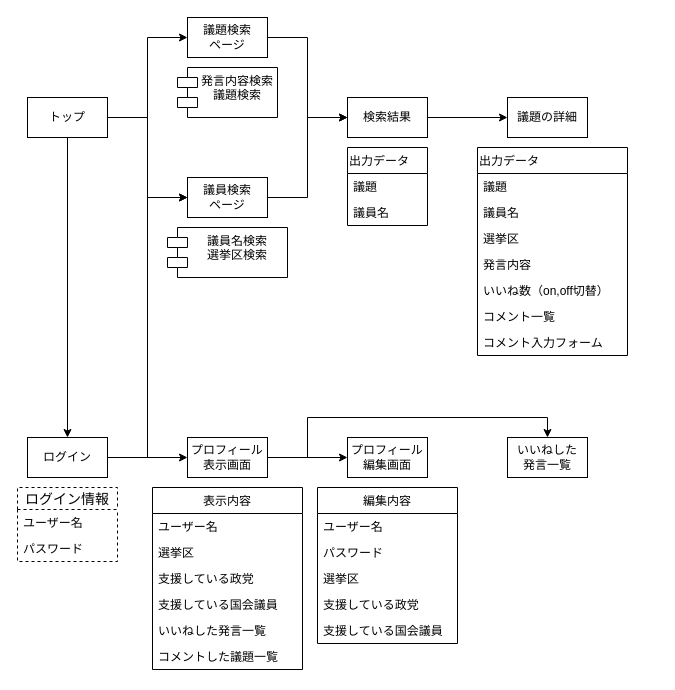
tukuhuse/myportfolio keeps this draw.io diagram as Untitled Diagram.drawio. Above is the earlier version. Source tidied: cells renumbered, new cells numbered last; positions are measured from the earlier drawing's top-left corner, leaving out a move shared by most shapes. Both pictures are drawn from the tidied source at 100%, with x=0, y=0 at pixel (17, 17).
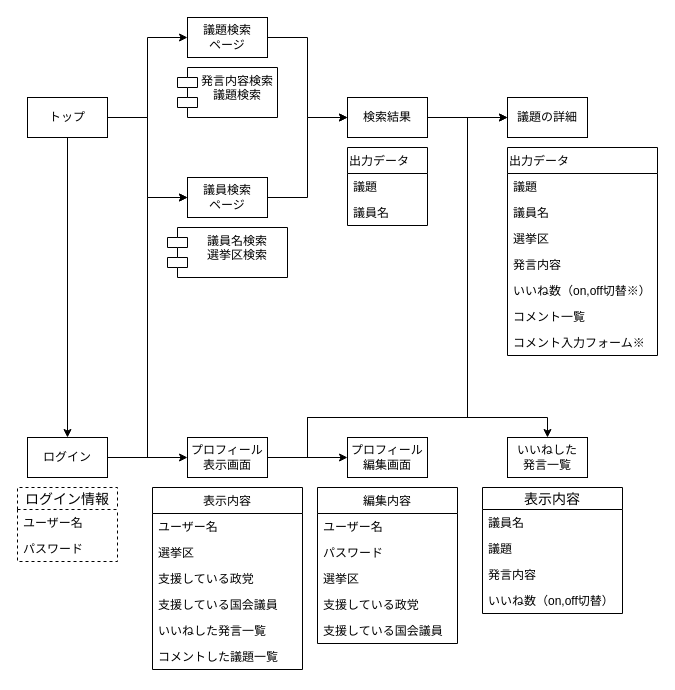
The same page after the edit.

Commit message:
とりあえずこれで完成

Unchanged cells that the change refers to:
```xml
<mxCell id="12" value="議題の詳細" style="rounded=0;whiteSpace=wrap;html=1;" parent="1" vertex="1">
  <mxGeometry x="490" y="80" width="80" height="40" as="geometry" />
</mxCell>
<mxCell id="32" value="プロフィール&lt;br&gt;表示画面" style="rounded=0;whiteSpace=wrap;html=1;align=center;" parent="1" vertex="1">
  <mxGeometry x="170" y="420" width="80" height="40" as="geometry" />
</mxCell>
```

The edit, as a diff of the source:
```diff
@@
     <mxCell id="19" value="出力データ" style="swimlane;fontStyle=0;horizontal=1;startSize=26;fillColor=none;align=left;" parent="1" vertex="1">
-      <mxGeometry x="460" y="130" width="150" height="208" as="geometry" />
+      <mxGeometry x="490" y="130" width="150" height="208" as="geometry" />
     </mxCell>
@@
-    <mxCell id="24" value="いいね数（on,off切替）" style="text;strokeColor=none;fillColor=none;align=left;verticalAlign=top;spacingLeft=4;spacingRight=4;overflow=hidden;" parent="19" vertex="1">
+    <mxCell id="24" value="いいね数（on,off切替※）" style="text;strokeColor=none;fillColor=none;align=left;verticalAlign=top;spacingLeft=4;spacingRight=4;overflow=hidden;" parent="19" vertex="1">
       <mxGeometry y="130" width="150" height="26" as="geometry" />
     </mxCell>
@@
-    <mxCell id="26" value="コメント入力フォーム" style="text;strokeColor=none;fillColor=none;align=left;verticalAlign=top;spacingLeft=4;spacingRight=4;overflow=hidden;" parent="19" vertex="1">
+    <mxCell id="26" value="コメント入力フォーム※" style="text;strokeColor=none;fillColor=none;align=left;verticalAlign=top;spacingLeft=4;spacingRight=4;overflow=hidden;" parent="19" vertex="1">
       <mxGeometry y="182" width="150" height="26" as="geometry" />
     </mxCell>
@@
+    <mxCell id="51" style="edgeStyle=orthogonalEdgeStyle;rounded=0;jettySize=auto;html=1;entryX=0;entryY=0.5;entryDx=0;entryDy=0;" parent="1" edge="1" source="32" target="12">
+      <mxGeometry relative="1" as="geometry">
+        <Array as="points">
+          <mxPoint x="290" y="440" />
+          <mxPoint x="290" y="400" />
+          <mxPoint x="450" y="400" />
+          <mxPoint x="450" y="100" />
+        </Array>
+      </mxGeometry>
+    </mxCell>
@@
+    <mxCell id="52" value="表示内容" style="swimlane;fontStyle=0;horizontal=1;startSize=22;fillColor=none;swimlaneFillColor=#ffffff;align=center;fontSize=14;" parent="1" vertex="1">
+      <mxGeometry x="465" y="470" width="140" height="126" as="geometry" />
+    </mxCell>
+    <mxCell id="53" value="議員名" style="text;strokeColor=none;fillColor=none;spacingLeft=4;spacingRight=4;overflow=hidden;fontSize=12;" parent="52" vertex="1">
+      <mxGeometry y="22" width="140" height="26" as="geometry" />
+    </mxCell>
+    <mxCell id="54" value="議題" style="text;strokeColor=none;fillColor=none;spacingLeft=4;spacingRight=4;overflow=hidden;fontSize=12;" parent="52" vertex="1">
+      <mxGeometry y="48" width="140" height="26" as="geometry" />
+    </mxCell>
+    <mxCell id="55" value="発言内容" style="text;strokeColor=none;fillColor=none;spacingLeft=4;spacingRight=4;overflow=hidden;fontSize=12;" parent="52" vertex="1">
+      <mxGeometry y="74" width="140" height="26" as="geometry" />
+    </mxCell>
+    <mxCell id="56" value="いいね数（on,off切替）" style="text;strokeColor=none;fillColor=none;spacingLeft=4;spacingRight=4;overflow=hidden;fontSize=12;" parent="52" vertex="1">
+      <mxGeometry y="100" width="140" height="26" as="geometry" />
+    </mxCell>
```
